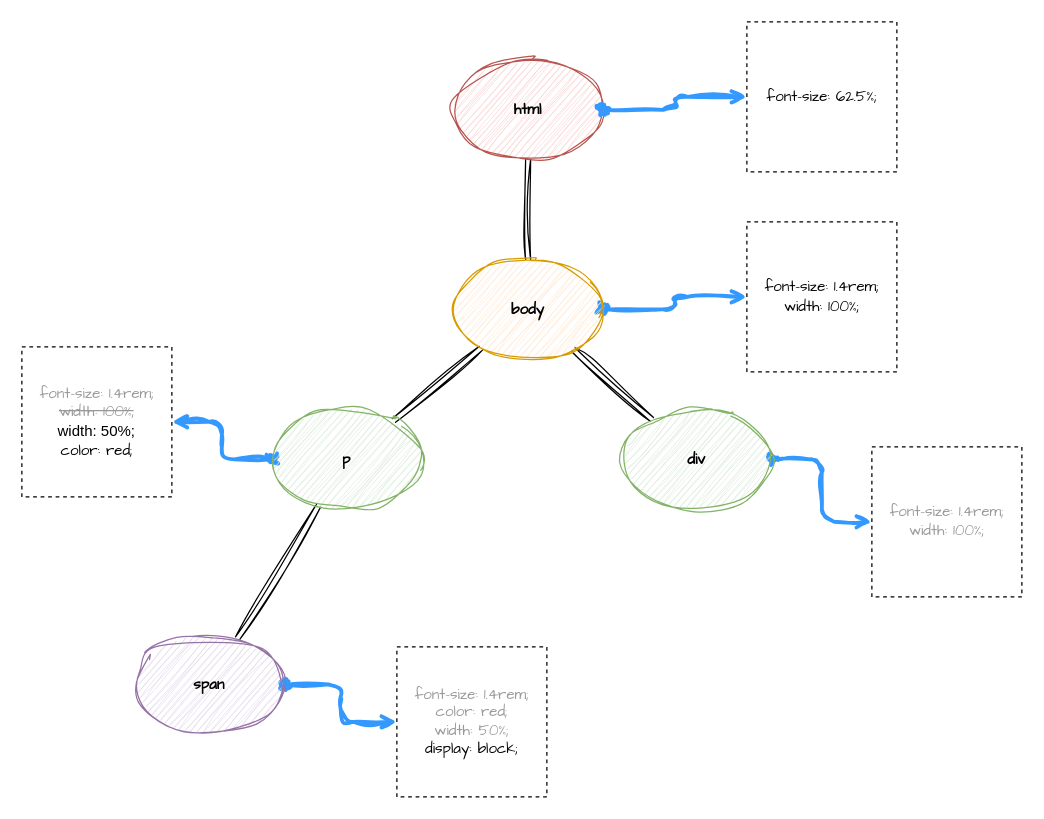
The draw.io diagram CSSOM Structure.drawio in Sayantan-s/Fb-ui, before the edit. Source tidied: cells renumbered, new cells numbered last; positions are measured from the earlier drawing's top-left corner, leaving out a move shared by most shapes. Both pictures are drawn from the tidied source at 125%, with x=0, y=0 at pixel (21, 21).
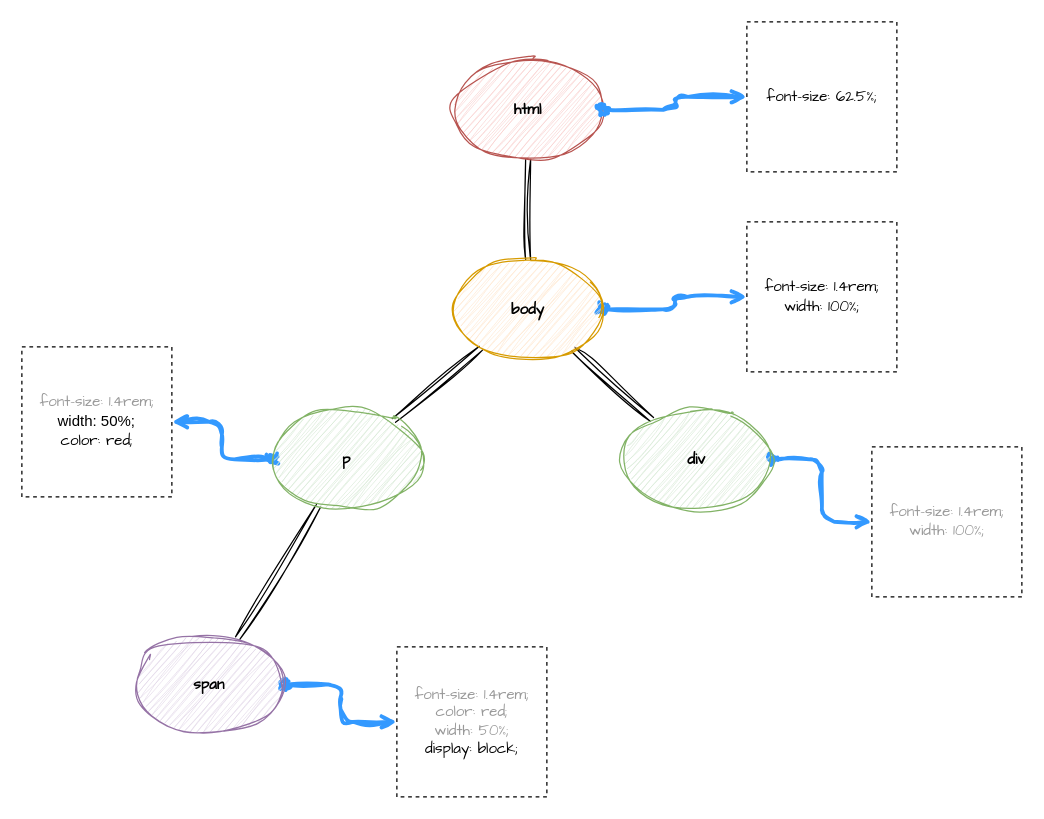
Above is the later version.

Diff of the diagram source:
```diff
@@
-    <mxCell id="15" value="&lt;font style=&quot;--tw-border-spacing-x: 0; --tw-border-spacing-y: 0; --tw-translate-x: 0; --tw-translate-y: 0; --tw-rotate: 0; --tw-skew-x: 0; --tw-skew-y: 0; --tw-scale-x: 1; --tw-scale-y: 1; --tw-pan-x: ; --tw-pan-y: ; --tw-pinch-zoom: ; --tw-scroll-snap-strictness: proximity; --tw-ordinal: ; --tw-slashed-zero: ; --tw-numeric-figure: ; --tw-numeric-spacing: ; --tw-numeric-fraction: ; --tw-ring-inset: ; --tw-ring-offset-width: 0px; --tw-ring-offset-color: #fff; --tw-ring-color: rgb(59 130 246 / 0.5); --tw-ring-offset-shadow: 0 0 #0000; --tw-ring-shadow: 0 0 #0000; --tw-shadow: 0 0 #0000; --tw-shadow-colored: 0 0 #0000; --tw-blur: ; --tw-brightness: ; --tw-contrast: ; --tw-grayscale: ; --tw-hue-rotate: ; --tw-invert: ; --tw-saturate: ; --tw-sepia: ; --tw-drop-shadow: ; --tw-backdrop-blur: ; --tw-backdrop-brightness: ; --tw-backdrop-contrast: ; --tw-backdrop-grayscale: ; --tw-backdrop-hue-rotate: ; --tw-backdrop-invert: ; --tw-backdrop-opacity: ; --tw-backdrop-saturate: ; --tw-backdrop-sepia: ; border-color: var(--border-color); font-family: &amp;quot;Comic Sans MS&amp;quot;;&quot;&gt;&lt;font style=&quot;--tw-border-spacing-x: 0; --tw-border-spacing-y: 0; --tw-translate-x: 0; --tw-translate-y: 0; --tw-rotate: 0; --tw-skew-x: 0; --tw-skew-y: 0; --tw-scale-x: 1; --tw-scale-y: 1; --tw-pan-x: ; --tw-pan-y: ; --tw-pinch-zoom: ; --tw-scroll-snap-strictness: proximity; --tw-ordinal: ; --tw-slashed-zero: ; --tw-numeric-figure: ; --tw-numeric-spacing: ; --tw-numeric-fraction: ; --tw-ring-inset: ; --tw-ring-offset-width: 0px; --tw-ring-offset-color: #fff; --tw-ring-color: rgb(59 130 246 / 0.5); --tw-ring-offset-shadow: 0 0 #0000; --tw-ring-shadow: 0 0 #0000; --tw-shadow: 0 0 #0000; --tw-shadow-colored: 0 0 #0000; --tw-blur: ; --tw-brightness: ; --tw-contrast: ; --tw-grayscale: ; --tw-hue-rotate: ; --tw-invert: ; --tw-saturate: ; --tw-sepia: ; --tw-drop-shadow: ; --tw-backdrop-blur: ; --tw-backdrop-brightness: ; --tw-backdrop-contrast: ; --tw-backdrop-grayscale: ; --tw-backdrop-hue-rotate: ; --tw-backdrop-invert: ; --tw-backdrop-opacity: ; --tw-backdrop-saturate: ; --tw-backdrop-sepia: ; border-color: var(--border-color);&quot; color=&quot;#999999&quot;&gt;font-size: 1.4rem;&lt;br&gt;&lt;strike&gt;width: 100%;&lt;br style=&quot;--tw-border-spacing-x: 0; --tw-border-spacing-y: 0; --tw-translate-x: 0; --tw-translate-y: 0; --tw-rotate: 0; --tw-skew-x: 0; --tw-skew-y: 0; --tw-scale-x: 1; --tw-scale-y: 1; --tw-pan-x: ; --tw-pan-y: ; --tw-pinch-zoom: ; --tw-scroll-snap-strictness: proximity; --tw-ordinal: ; --tw-slashed-zero: ; --tw-numeric-figure: ; --tw-numeric-spacing: ; --tw-numeric-fraction: ; --tw-ring-inset: ; --tw-ring-offset-width: 0px; --tw-ring-offset-color: #fff; --tw-ring-color: rgb(59 130 246 / 0.5); --tw-ring-offset-shadow: 0 0 #0000; --tw-ring-shadow: 0 0 #0000; --tw-shadow: 0 0 #0000; --tw-shadow-colored: 0 0 #0000; --tw-blur: ; --tw-brightness: ; --tw-contrast: ; --tw-grayscale: ; --tw-hue-rotate: ; --tw-invert: ; --tw-saturate: ; --tw-sepia: ; --tw-drop-shadow: ; --tw-backdrop-blur: ; --tw-backdrop-brightness: ; --tw-backdrop-contrast: ; --tw-backdrop-grayscale: ; --tw-backdrop-hue-rotate: ; --tw-backdrop-invert: ; --tw-backdrop-opacity: ; --tw-backdrop-saturate: ; --tw-backdrop-sepia: ; border-color: var(--border-color);&quot;&gt;&lt;/strike&gt;&lt;/font&gt;&lt;/font&gt;width: 50%;&lt;font style=&quot;--tw-border-spacing-x: 0; --tw-border-spacing-y: 0; --tw-translate-x: 0; --tw-translate-y: 0; --tw-rotate: 0; --tw-skew-x: 0; --tw-skew-y: 0; --tw-scale-x: 1; --tw-scale-y: 1; --tw-pan-x: ; --tw-pan-y: ; --tw-pinch-zoom: ; --tw-scroll-snap-strictness: proximity; --tw-ordinal: ; --tw-slashed-zero: ; --tw-numeric-figure: ; --tw-numeric-spacing: ; --tw-numeric-fraction: ; --tw-ring-inset: ; --tw-ring-offset-width: 0px; --tw-ring-offset-color: #fff; --tw-ring-color: rgb(59 130 246 / 0.5); --tw-ring-offset-shadow: 0 0 #0000; --tw-ring-shadow: 0 0 #0000; --tw-shadow: 0 0 #0000; --tw-shadow-colored: 0 0 #0000; --tw-blur: ; --tw-brightness: ; --tw-contrast: ; --tw-grayscale: ; --tw-hue-rotate: ; --tw-invert: ; --tw-saturate: ; --tw-sepia: ; --tw-drop-shadow: ; --tw-backdrop-blur: ; --tw-backdrop-brightness: ; --tw-backdrop-contrast: ; --tw-backdrop-grayscale: ; --tw-backdrop-hue-rotate: ; --tw-backdrop-invert: ; --tw-backdrop-opacity: ; --tw-backdrop-saturate: ; --tw-backdrop-sepia: ; border-color: var(--border-color); font-family: &amp;quot;Comic Sans MS&amp;quot;;&quot;&gt;&lt;font style=&quot;--tw-border-spacing-x: 0; --tw-border-spacing-y: 0; --tw-translate-x: 0; --tw-translate-y: 0; --tw-rotate: 0; --tw-skew-x: 0; --tw-skew-y: 0; --tw-scale-x: 1; --tw-scale-y: 1; --tw-pan-x: ; --tw-pan-y: ; --tw-pinch-zoom: ; --tw-scroll-snap-strictness: proximity; --tw-ordinal: ; --tw-slashed-zero: ; --tw-numeric-figure: ; --tw-numeric-spacing: ; --tw-numeric-fraction: ; --tw-ring-inset: ; --tw-ring-offset-width: 0px; --tw-ring-offset-color: #fff; --tw-ring-color: rgb(59 130 246 / 0.5); --tw-ring-offset-shadow: 0 0 #0000; --tw-ring-shadow: 0 0 #0000; --tw-shadow: 0 0 #0000; --tw-shadow-colored: 0 0 #0000; --tw-blur: ; --tw-brightness: ; --tw-contrast: ; --tw-grayscale: ; --tw-hue-rotate: ; --tw-invert: ; --tw-saturate: ; --tw-sepia: ; --tw-drop-shadow: ; --tw-backdrop-blur: ; --tw-backdrop-brightness: ; --tw-backdrop-contrast: ; --tw-backdrop-grayscale: ; --tw-backdrop-hue-rotate: ; --tw-backdrop-invert: ; --tw-backdrop-opacity: ; --tw-backdrop-saturate: ; --tw-backdrop-sepia: ; border-color: var(--border-color);&quot; color=&quot;#999999&quot;&gt;&lt;br style=&quot;--tw-border-spacing-x: 0; --tw-border-spacing-y: 0; --tw-translate-x: 0; --tw-translate-y: 0; --tw-rotate: 0; --tw-skew-x: 0; --tw-skew-y: 0; --tw-scale-x: 1; --tw-scale-y: 1; --tw-pan-x: ; --tw-pan-y: ; --tw-pinch-zoom: ; --tw-scroll-snap-strictness: proximity; --tw-ordinal: ; --tw-slashed-zero: ; --tw-numeric-figure: ; --tw-numeric-spacing: ; --tw-numeric-fraction: ; --tw-ring-inset: ; --tw-ring-offset-width: 0px; --tw-ring-offset-color: #fff; --tw-ring-color: rgb(59 130 246 / 0.5); --tw-ring-offset-shadow: 0 0 #0000; --tw-ring-shadow: 0 0 #0000; --tw-shadow: 0 0 #0000; --tw-shadow-colored: 0 0 #0000; --tw-blur: ; --tw-brightness: ; --tw-contrast: ; --tw-grayscale: ; --tw-hue-rotate: ; --tw-invert: ; --tw-saturate: ; --tw-sepia: ; --tw-drop-shadow: ; --tw-backdrop-blur: ; --tw-backdrop-brightness: ; --tw-backdrop-contrast: ; --tw-backdrop-grayscale: ; --tw-backdrop-hue-rotate: ; --tw-backdrop-invert: ; --tw-backdrop-opacity: ; --tw-backdrop-saturate: ; --tw-backdrop-sepia: ; border-color: var(--border-color);&quot;&gt;&lt;/font&gt;color: red;&lt;/font&gt;" style="whiteSpace=wrap;html=1;fillStyle=auto;dashed=1;" parent="1" vertex="1">
+    <mxCell id="15" value="&lt;font style=&quot;--tw-border-spacing-x: 0; --tw-border-spacing-y: 0; --tw-translate-x: 0; --tw-translate-y: 0; --tw-rotate: 0; --tw-skew-x: 0; --tw-skew-y: 0; --tw-scale-x: 1; --tw-scale-y: 1; --tw-pan-x: ; --tw-pan-y: ; --tw-pinch-zoom: ; --tw-scroll-snap-strictness: proximity; --tw-ordinal: ; --tw-slashed-zero: ; --tw-numeric-figure: ; --tw-numeric-spacing: ; --tw-numeric-fraction: ; --tw-ring-inset: ; --tw-ring-offset-width: 0px; --tw-ring-offset-color: #fff; --tw-ring-color: rgb(59 130 246 / 0.5); --tw-ring-offset-shadow: 0 0 #0000; --tw-ring-shadow: 0 0 #0000; --tw-shadow: 0 0 #0000; --tw-shadow-colored: 0 0 #0000; --tw-blur: ; --tw-brightness: ; --tw-contrast: ; --tw-grayscale: ; --tw-hue-rotate: ; --tw-invert: ; --tw-saturate: ; --tw-sepia: ; --tw-drop-shadow: ; --tw-backdrop-blur: ; --tw-backdrop-brightness: ; --tw-backdrop-contrast: ; --tw-backdrop-grayscale: ; --tw-backdrop-hue-rotate: ; --tw-backdrop-invert: ; --tw-backdrop-opacity: ; --tw-backdrop-saturate: ; --tw-backdrop-sepia: ; border-color: var(--border-color); font-family: &amp;quot;Comic Sans MS&amp;quot;;&quot;&gt;&lt;font style=&quot;--tw-border-spacing-x: 0; --tw-border-spacing-y: 0; --tw-translate-x: 0; --tw-translate-y: 0; --tw-rotate: 0; --tw-skew-x: 0; --tw-skew-y: 0; --tw-scale-x: 1; --tw-scale-y: 1; --tw-pan-x: ; --tw-pan-y: ; --tw-pinch-zoom: ; --tw-scroll-snap-strictness: proximity; --tw-ordinal: ; --tw-slashed-zero: ; --tw-numeric-figure: ; --tw-numeric-spacing: ; --tw-numeric-fraction: ; --tw-ring-inset: ; --tw-ring-offset-width: 0px; --tw-ring-offset-color: #fff; --tw-ring-color: rgb(59 130 246 / 0.5); --tw-ring-offset-shadow: 0 0 #0000; --tw-ring-shadow: 0 0 #0000; --tw-shadow: 0 0 #0000; --tw-shadow-colored: 0 0 #0000; --tw-blur: ; --tw-brightness: ; --tw-contrast: ; --tw-grayscale: ; --tw-hue-rotate: ; --tw-invert: ; --tw-saturate: ; --tw-sepia: ; --tw-drop-shadow: ; --tw-backdrop-blur: ; --tw-backdrop-brightness: ; --tw-backdrop-contrast: ; --tw-backdrop-grayscale: ; --tw-backdrop-hue-rotate: ; --tw-backdrop-invert: ; --tw-backdrop-opacity: ; --tw-backdrop-saturate: ; --tw-backdrop-sepia: ; border-color: var(--border-color);&quot; color=&quot;#999999&quot;&gt;font-size: 1.4rem;&lt;br&gt;&lt;/font&gt;&lt;/font&gt;width: 50%;&lt;font style=&quot;--tw-border-spacing-x: 0; --tw-border-spacing-y: 0; --tw-translate-x: 0; --tw-translate-y: 0; --tw-rotate: 0; --tw-skew-x: 0; --tw-skew-y: 0; --tw-scale-x: 1; --tw-scale-y: 1; --tw-pan-x: ; --tw-pan-y: ; --tw-pinch-zoom: ; --tw-scroll-snap-strictness: proximity; --tw-ordinal: ; --tw-slashed-zero: ; --tw-numeric-figure: ; --tw-numeric-spacing: ; --tw-numeric-fraction: ; --tw-ring-inset: ; --tw-ring-offset-width: 0px; --tw-ring-offset-color: #fff; --tw-ring-color: rgb(59 130 246 / 0.5); --tw-ring-offset-shadow: 0 0 #0000; --tw-ring-shadow: 0 0 #0000; --tw-shadow: 0 0 #0000; --tw-shadow-colored: 0 0 #0000; --tw-blur: ; --tw-brightness: ; --tw-contrast: ; --tw-grayscale: ; --tw-hue-rotate: ; --tw-invert: ; --tw-saturate: ; --tw-sepia: ; --tw-drop-shadow: ; --tw-backdrop-blur: ; --tw-backdrop-brightness: ; --tw-backdrop-contrast: ; --tw-backdrop-grayscale: ; --tw-backdrop-hue-rotate: ; --tw-backdrop-invert: ; --tw-backdrop-opacity: ; --tw-backdrop-saturate: ; --tw-backdrop-sepia: ; border-color: var(--border-color); font-family: &amp;quot;Comic Sans MS&amp;quot;;&quot;&gt;&lt;font style=&quot;--tw-border-spacing-x: 0; --tw-border-spacing-y: 0; --tw-translate-x: 0; --tw-translate-y: 0; --tw-rotate: 0; --tw-skew-x: 0; --tw-skew-y: 0; --tw-scale-x: 1; --tw-scale-y: 1; --tw-pan-x: ; --tw-pan-y: ; --tw-pinch-zoom: ; --tw-scroll-snap-strictness: proximity; --tw-ordinal: ; --tw-slashed-zero: ; --tw-numeric-figure: ; --tw-numeric-spacing: ; --tw-numeric-fraction: ; --tw-ring-inset: ; --tw-ring-offset-width: 0px; --tw-ring-offset-color: #fff; --tw-ring-color: rgb(59 130 246 / 0.5); --tw-ring-offset-shadow: 0 0 #0000; --tw-ring-shadow: 0 0 #0000; --tw-shadow: 0 0 #0000; --tw-shadow-colored: 0 0 #0000; --tw-blur: ; --tw-brightness: ; --tw-contrast: ; --tw-grayscale: ; --tw-hue-rotate: ; --tw-invert: ; --tw-saturate: ; --tw-sepia: ; --tw-drop-shadow: ; --tw-backdrop-blur: ; --tw-backdrop-brightness: ; --tw-backdrop-contrast: ; --tw-backdrop-grayscale: ; --tw-backdrop-hue-rotate: ; --tw-backdrop-invert: ; --tw-backdrop-opacity: ; --tw-backdrop-saturate: ; --tw-backdrop-sepia: ; border-color: var(--border-color);&quot; color=&quot;#999999&quot;&gt;&lt;br style=&quot;--tw-border-spacing-x: 0; --tw-border-spacing-y: 0; --tw-translate-x: 0; --tw-translate-y: 0; --tw-rotate: 0; --tw-skew-x: 0; --tw-skew-y: 0; --tw-scale-x: 1; --tw-scale-y: 1; --tw-pan-x: ; --tw-pan-y: ; --tw-pinch-zoom: ; --tw-scroll-snap-strictness: proximity; --tw-ordinal: ; --tw-slashed-zero: ; --tw-numeric-figure: ; --tw-numeric-spacing: ; --tw-numeric-fraction: ; --tw-ring-inset: ; --tw-ring-offset-width: 0px; --tw-ring-offset-color: #fff; --tw-ring-color: rgb(59 130 246 / 0.5); --tw-ring-offset-shadow: 0 0 #0000; --tw-ring-shadow: 0 0 #0000; --tw-shadow: 0 0 #0000; --tw-shadow-colored: 0 0 #0000; --tw-blur: ; --tw-brightness: ; --tw-contrast: ; --tw-grayscale: ; --tw-hue-rotate: ; --tw-invert: ; --tw-saturate: ; --tw-sepia: ; --tw-drop-shadow: ; --tw-backdrop-blur: ; --tw-backdrop-brightness: ; --tw-backdrop-contrast: ; --tw-backdrop-grayscale: ; --tw-backdrop-hue-rotate: ; --tw-backdrop-invert: ; --tw-backdrop-opacity: ; --tw-backdrop-saturate: ; --tw-backdrop-sepia: ; border-color: var(--border-color);&quot;&gt;&lt;/font&gt;color: red;&lt;/font&gt;" style="whiteSpace=wrap;html=1;fillStyle=auto;dashed=1;" parent="1" vertex="1">
       <mxGeometry y="260" width="120" height="120" as="geometry" />
     </mxCell>
```
